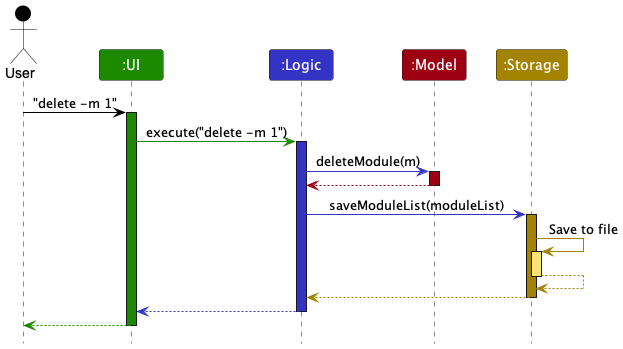
nus-cs2103-AY2223S1/tp keeps this PlantUML diagram as docs/images/ArchitectureSequenceDiagram.png. Above is the earlier version.
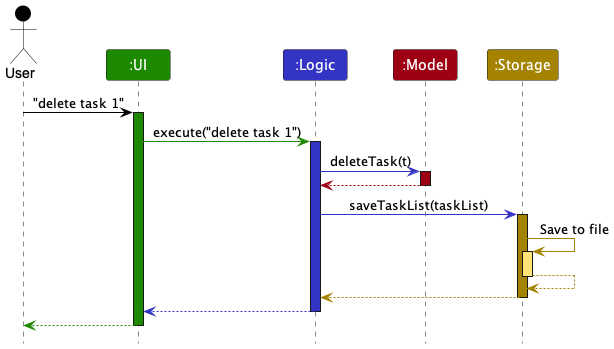
Above is the later version.

Commit message:
fix dg page breaks and remove parser diagram

Change to the diagram source:
```diff
@@ -7,19 +7,19 @@
 Participant ":Model" as model MODEL_COLOR
 Participant ":Storage" as storage STORAGE_COLOR
 
-user -[USER_COLOR]> ui : "delete -m 1"
+user -[USER_COLOR]> ui : "delete task 1"
 activate ui UI_COLOR
 
-ui -[UI_COLOR]> logic : execute("delete -m 1")
+ui -[UI_COLOR]> logic : execute("delete task 1")
 activate logic LOGIC_COLOR
 
-logic -[LOGIC_COLOR]> model : deleteModule(m)
+logic -[LOGIC_COLOR]> model : deleteTask(t)
 activate model MODEL_COLOR
 
 model -[MODEL_COLOR]-> logic
 deactivate model
 
-logic -[LOGIC_COLOR]> storage : saveModuleList(moduleList)
+logic -[LOGIC_COLOR]> storage : saveTaskList(taskList)
 activate storage STORAGE_COLOR
 
 storage -[STORAGE_COLOR]> storage : Save to file
```
